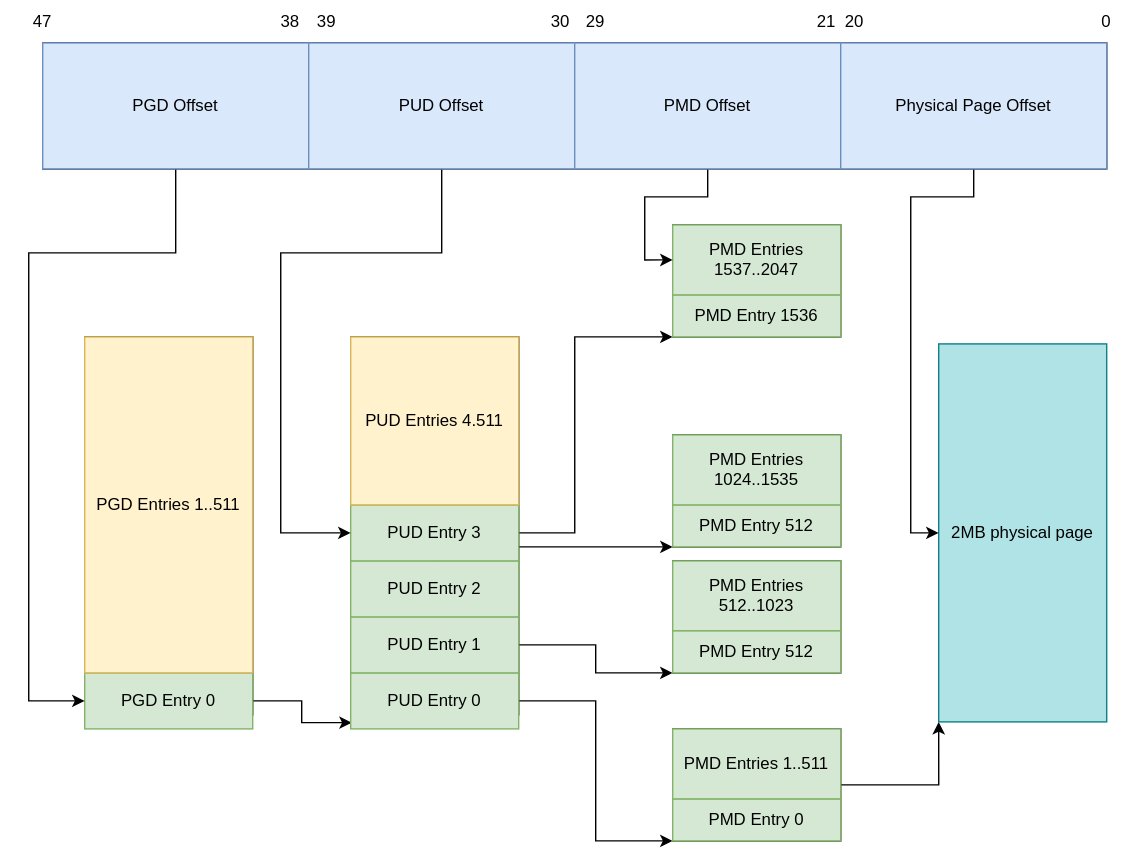
Above: Initialization/images/early-page-tables.svg in 0xAX/linux-insides (draw.io), before the change. Source tidied: cells renumbered, new cells last; positions are measured from the earlier drawing's top-left corner, leaving out a move shared by most shapes.
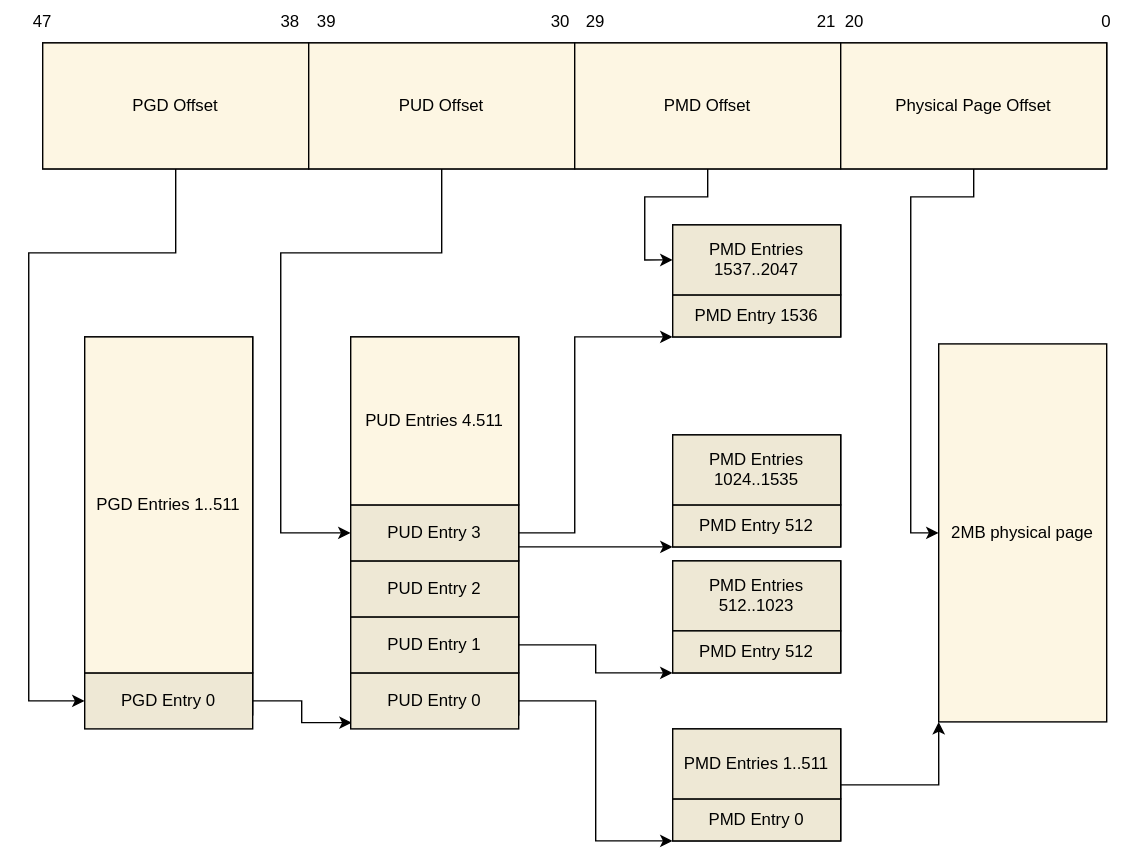
Above is the later version.

Commit message:
general: use the same style for all diagrams

The edit, as a diff of the source:
```diff
@@ -8,10 +8,10 @@
     <mxCell id="3" style="edgeStyle=orthogonalEdgeStyle;rounded=0;jettySize=auto;html=1;entryX=0.007;entryY=0.888;entryDx=0;entryDy=0;entryPerimeter=0;" parent="1" edge="1" source="4" target="8">
       <mxGeometry relative="1" as="geometry" />
     </mxCell>
-    <mxCell id="4" value="PGD Entry 0" style="rounded=0;fillColor=#d5e8d4;strokeColor=#82b366;html=0;fontSize=12;fontFamily=Helvetica;fontColor=#000000;" parent="1" vertex="1">
+    <mxCell id="4" value="PGD Entry 0" style="rounded=0;fillColor=#eee8d5;strokeColor=#000000;html=0;fontSize=12;fontFamily=Helvetica;fontColor=#000000;" parent="1" vertex="1">
       <mxGeometry x="60" y="480" width="120" height="40" as="geometry" />
     </mxCell>
-    <mxCell id="5" value="PGD Entries 1..511" style="rounded=0;fillColor=#fff2cc;strokeColor=#d6b656;html=0;fontSize=12;fontFamily=Helvetica;fontColor=#000000;" parent="1" vertex="1">
+    <mxCell id="5" value="PGD Entries 1..511" style="rounded=0;fillColor=#fdf6e3;strokeColor=#000000;html=0;fontSize=12;fontFamily=Helvetica;fontColor=#000000;" parent="1" vertex="1">
       <mxGeometry x="60" y="240" width="120" height="240" as="geometry" />
     </mxCell>
     <mxCell id="6" style="rounded=0;whiteSpace=wrap;html=1;" parent="1" vertex="1">
@@ -25,7 +25,7 @@
         </Array>
       </mxGeometry>
     </mxCell>
-    <mxCell id="8" value="PUD Entry 0" style="rounded=0;fillColor=#d5e8d4;strokeColor=#82b366;html=0;fontSize=12;fontFamily=Helvetica;fontColor=#000000;" parent="1" vertex="1">
+    <mxCell id="8" value="PUD Entry 0" style="rounded=0;fillColor=#eee8d5;strokeColor=#000000;html=0;fontSize=12;fontFamily=Helvetica;fontColor=#000000;" parent="1" vertex="1">
       <mxGeometry x="250" y="480" width="120" height="40" as="geometry" />
     </mxCell>
     <mxCell id="9" style="edgeStyle=orthogonalEdgeStyle;rounded=0;jettySize=auto;html=1;entryX=0;entryY=1;entryDx=0;entryDy=0;" parent="1" edge="1" source="10" target="17">
@@ -36,7 +36,7 @@
         </Array>
       </mxGeometry>
     </mxCell>
-    <mxCell id="10" value="PUD Entry 1" style="rounded=0;fillColor=#d5e8d4;strokeColor=#82b366;html=0;fontSize=12;fontFamily=Helvetica;fontColor=#000000;" parent="1" vertex="1">
+    <mxCell id="10" value="PUD Entry 1" style="rounded=0;fillColor=#eee8d5;strokeColor=#000000;html=0;fontSize=12;fontFamily=Helvetica;fontColor=#000000;" parent="1" vertex="1">
       <mxGeometry x="250" y="440" width="120" height="40" as="geometry" />
     </mxCell>
     <mxCell id="11" style="edgeStyle=orthogonalEdgeStyle;rounded=0;jettySize=auto;html=1;entryX=0;entryY=1;entryDx=0;entryDy=0;" parent="1" edge="1" source="12" target="16">
@@ -47,7 +47,7 @@
         </Array>
       </mxGeometry>
     </mxCell>
-    <mxCell id="12" value="PUD Entry 2" style="rounded=0;fillColor=#d5e8d4;strokeColor=#82b366;html=0;fontSize=12;fontFamily=Helvetica;fontColor=#000000;" parent="1" vertex="1">
+    <mxCell id="12" value="PUD Entry 2" style="rounded=0;fillColor=#eee8d5;strokeColor=#000000;html=0;fontSize=12;fontFamily=Helvetica;fontColor=#000000;" parent="1" vertex="1">
       <mxGeometry x="250" y="400" width="120" height="40" as="geometry" />
     </mxCell>
     <mxCell id="13" style="edgeStyle=orthogonalEdgeStyle;rounded=0;jettySize=auto;html=1;entryX=0;entryY=1;entryDx=0;entryDy=0;" parent="1" edge="1" source="14" target="15">
@@ -58,7 +58,7 @@
         </Array>
       </mxGeometry>
     </mxCell>
-    <mxCell id="14" value="PUD Entry 3" style="rounded=0;fillColor=#d5e8d4;strokeColor=#82b366;html=0;fontSize=12;fontFamily=Helvetica;fontColor=#000000;" parent="1" vertex="1">
+    <mxCell id="14" value="PUD Entry 3" style="rounded=0;fillColor=#eee8d5;strokeColor=#000000;html=0;fontSize=12;fontFamily=Helvetica;fontColor=#000000;" parent="1" vertex="1">
       <mxGeometry x="250" y="360" width="120" height="40" as="geometry" />
     </mxCell>
     <mxCell id="15" style="rounded=0;whiteSpace=wrap;html=1;" parent="1" vertex="1">
@@ -76,37 +76,37 @@
     <mxCell id="19" style="rounded=0;whiteSpace=wrap;html=1;" parent="1" vertex="1">
       <mxGeometry x="480" y="520" width="120" height="80" as="geometry" />
     </mxCell>
-    <mxCell id="20" value="2MB physical page" style="rounded=0;fillColor=#b0e3e6;strokeColor=#0e8088;html=0;fontSize=12;fontFamily=Helvetica;fontColor=#000000;" parent="1" vertex="1">
+    <mxCell id="20" value="2MB physical page" style="rounded=0;fillColor=#fdf6e3;strokeColor=#000000;html=0;fontSize=12;fontFamily=Helvetica;fontColor=#000000;" parent="1" vertex="1">
       <mxGeometry x="670" y="245" width="120" height="270" as="geometry" />
     </mxCell>
-    <mxCell id="21" value="PMD Entry 0" style="rounded=0;fillColor=#d5e8d4;strokeColor=#82b366;html=0;fontSize=12;fontFamily=Helvetica;fontColor=#000000;" parent="1" vertex="1">
+    <mxCell id="21" value="PMD Entry 0" style="rounded=0;fillColor=#eee8d5;strokeColor=#000000;html=0;fontSize=12;fontFamily=Helvetica;fontColor=#000000;" parent="1" vertex="1">
       <mxGeometry x="480" y="570" width="120" height="30" as="geometry" />
     </mxCell>
-    <mxCell id="22" value="PMD Entries 1..511" style="rounded=0;fillColor=#d5e8d4;strokeColor=#82b366;html=0;fontSize=12;fontFamily=Helvetica;fontColor=#000000;" parent="1" vertex="1">
+    <mxCell id="22" value="PMD Entries 1..511" style="rounded=0;fillColor=#eee8d5;strokeColor=#000000;html=0;fontSize=12;fontFamily=Helvetica;fontColor=#000000;" parent="1" vertex="1">
       <mxGeometry x="480" y="520" width="120" height="50" as="geometry" />
     </mxCell>
-    <mxCell id="23" value="PMD Entries&#10;512..1023" style="rounded=0;fillColor=#d5e8d4;strokeColor=#82b366;html=0;fontSize=12;fontFamily=Helvetica;fontColor=#000000;" parent="1" vertex="1">
+    <mxCell id="23" value="PMD Entries&#10;512..1023" style="rounded=0;fillColor=#eee8d5;strokeColor=#000000;html=0;fontSize=12;fontFamily=Helvetica;fontColor=#000000;" parent="1" vertex="1">
       <mxGeometry x="480" y="400" width="120" height="50" as="geometry" />
     </mxCell>
-    <mxCell id="24" value="PMD Entry 512" style="rounded=0;fillColor=#d5e8d4;strokeColor=#82b366;html=0;fontSize=12;fontFamily=Helvetica;fontColor=#000000;" parent="1" vertex="1">
+    <mxCell id="24" value="PMD Entry 512" style="rounded=0;fillColor=#eee8d5;strokeColor=#000000;html=0;fontSize=12;fontFamily=Helvetica;fontColor=#000000;" parent="1" vertex="1">
       <mxGeometry x="480" y="450" width="120" height="30" as="geometry" />
     </mxCell>
-    <mxCell id="25" value="PMD Entry 512" style="rounded=0;fillColor=#d5e8d4;strokeColor=#82b366;html=0;fontSize=12;fontFamily=Helvetica;fontColor=#000000;" parent="1" vertex="1">
+    <mxCell id="25" value="PMD Entry 512" style="rounded=0;fillColor=#eee8d5;strokeColor=#000000;html=0;fontSize=12;fontFamily=Helvetica;fontColor=#000000;" parent="1" vertex="1">
       <mxGeometry x="480" y="360" width="120" height="30" as="geometry" />
     </mxCell>
-    <mxCell id="26" value="PMD Entries&#10;1024..1535" style="rounded=0;fillColor=#d5e8d4;strokeColor=#82b366;html=0;fontSize=12;fontFamily=Helvetica;fontColor=#000000;" parent="1" vertex="1">
+    <mxCell id="26" value="PMD Entries&#10;1024..1535" style="rounded=0;fillColor=#eee8d5;strokeColor=#000000;html=0;fontSize=12;fontFamily=Helvetica;fontColor=#000000;" parent="1" vertex="1">
       <mxGeometry x="480" y="310" width="120" height="50" as="geometry" />
     </mxCell>
-    <mxCell id="27" value="PMD Entry 1536" style="rounded=0;fillColor=#d5e8d4;strokeColor=#82b366;html=0;fontSize=12;fontFamily=Helvetica;fontColor=#000000;" parent="1" vertex="1">
+    <mxCell id="27" value="PMD Entry 1536" style="rounded=0;fillColor=#eee8d5;strokeColor=#000000;html=0;fontSize=12;fontFamily=Helvetica;fontColor=#000000;" parent="1" vertex="1">
       <mxGeometry x="480" y="210" width="120" height="30" as="geometry" />
     </mxCell>
-    <mxCell id="28" value="PMD Entries&#10;1537..2047" style="rounded=0;fillColor=#d5e8d4;strokeColor=#82b366;html=0;fontSize=12;fontFamily=Helvetica;fontColor=#000000;" parent="1" vertex="1">
+    <mxCell id="28" value="PMD Entries&#10;1537..2047" style="rounded=0;fillColor=#eee8d5;strokeColor=#000000;html=0;fontSize=12;fontFamily=Helvetica;fontColor=#000000;" parent="1" vertex="1">
       <mxGeometry x="480" y="160" width="120" height="50" as="geometry" />
     </mxCell>
     <mxCell id="29" style="rounded=0;whiteSpace=wrap;html=1;" parent="1" vertex="1">
       <mxGeometry x="30" y="30" width="760" height="90" as="geometry" />
     </mxCell>
-    <mxCell id="30" value="PUD Entries 4.511" style="rounded=0;fillColor=#fff2cc;strokeColor=#d6b656;html=0;fontSize=12;fontFamily=Helvetica;fontColor=#000000;" parent="1" vertex="1">
+    <mxCell id="30" value="PUD Entries 4.511" style="rounded=0;fillColor=#fdf6e3;strokeColor=#000000;html=0;fontSize=12;fontFamily=Helvetica;fontColor=#000000;" parent="1" vertex="1">
       <mxGeometry x="250" y="240" width="120" height="120" as="geometry" />
     </mxCell>
     <mxCell id="31" style="edgeStyle=orthogonalEdgeStyle;rounded=0;jettySize=auto;html=1;entryX=0;entryY=0.5;entryDx=0;entryDy=0;" parent="1" edge="1" source="32" target="4">
@@ -118,7 +118,7 @@
         </Array>
       </mxGeometry>
     </mxCell>
-    <mxCell id="32" value="PGD Offset" style="rounded=0;fillColor=#dae8fc;strokeColor=#6c8ebf;html=0;fontSize=12;fontFamily=Helvetica;fontColor=#000000;" parent="1" vertex="1">
+    <mxCell id="32" value="PGD Offset" style="rounded=0;fillColor=#fdf6e3;strokeColor=#000000;html=0;fontSize=12;fontFamily=Helvetica;fontColor=#000000;" parent="1" vertex="1">
       <mxGeometry x="30" y="30" width="190" height="90" as="geometry" />
     </mxCell>
     <mxCell id="33" style="edgeStyle=orthogonalEdgeStyle;rounded=0;jettySize=auto;html=1;entryX=0;entryY=0.5;entryDx=0;entryDy=0;" parent="1" edge="1" source="34" target="14">
@@ -130,13 +130,13 @@
         </Array>
       </mxGeometry>
     </mxCell>
-    <mxCell id="34" value="PUD Offset" style="rounded=0;fillColor=#dae8fc;strokeColor=#6c8ebf;html=0;fontSize=12;fontFamily=Helvetica;fontColor=#000000;" parent="1" vertex="1">
+    <mxCell id="34" value="PUD Offset" style="rounded=0;fillColor=#fdf6e3;strokeColor=#000000;html=0;fontSize=12;fontFamily=Helvetica;fontColor=#000000;" parent="1" vertex="1">
       <mxGeometry x="220" y="30" width="190" height="90" as="geometry" />
     </mxCell>
     <mxCell id="35" style="edgeStyle=orthogonalEdgeStyle;rounded=0;jettySize=auto;html=1;entryX=0;entryY=0.5;entryDx=0;entryDy=0;" parent="1" edge="1" source="36" target="28">
       <mxGeometry relative="1" as="geometry" />
     </mxCell>
-    <mxCell id="36" value="PMD Offset" style="rounded=0;fillColor=#dae8fc;strokeColor=#6c8ebf;html=0;fontSize=12;fontFamily=Helvetica;fontColor=#000000;" parent="1" vertex="1">
+    <mxCell id="36" value="PMD Offset" style="rounded=0;fillColor=#fdf6e3;strokeColor=#000000;html=0;fontSize=12;fontFamily=Helvetica;fontColor=#000000;" parent="1" vertex="1">
       <mxGeometry x="410" y="30" width="190" height="90" as="geometry" />
     </mxCell>
     <mxCell id="37" style="edgeStyle=orthogonalEdgeStyle;rounded=0;jettySize=auto;html=1;entryX=0;entryY=0.5;entryDx=0;entryDy=0;" parent="1" edge="1" source="38" target="20">
@@ -148,7 +148,7 @@
         </Array>
       </mxGeometry>
     </mxCell>
-    <mxCell id="38" value="Physical Page Offset" style="rounded=0;fillColor=#dae8fc;strokeColor=#6c8ebf;html=0;fontSize=12;fontFamily=Helvetica;fontColor=#000000;" parent="1" vertex="1">
+    <mxCell id="38" value="Physical Page Offset" style="rounded=0;fillColor=#fdf6e3;strokeColor=#000000;html=0;fontSize=12;fontFamily=Helvetica;fontColor=#000000;" parent="1" vertex="1">
       <mxGeometry x="600" y="30" width="190" height="90" as="geometry" />
     </mxCell>
     <mxCell id="39" value="0" style="text;strokeColor=none;fillColor=none;align=center;verticalAlign=middle;rounded=0;html=0;fontSize=12;fontFamily=Helvetica;fontColor=#000000;" parent="1" vertex="1">
```
